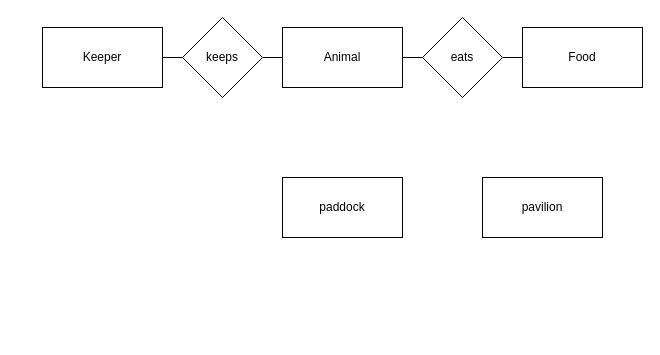
The draw.io diagram Zoo.drawio in LowLightCZ1/DAT-Draw.io, before the edit. Source tidied: cells renumbered, new cells numbered last; positions are measured from the earlier drawing's top-left corner, leaving out a move shared by most shapes. Both pictures are drawn from the tidied source at 100%, with x=0, y=0 at pixel (42, 17).
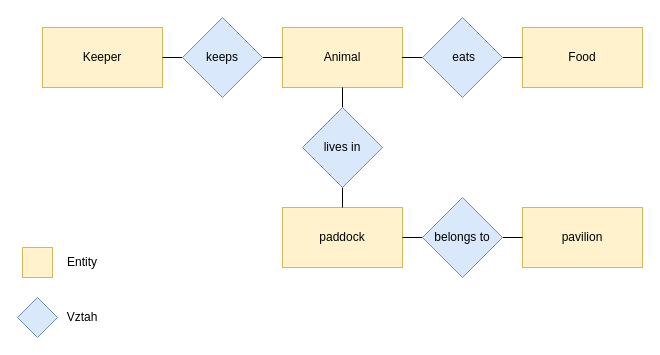
After the change.

What changed in the source:
```diff
@@
-    <mxCell id="2" value="Animal" style="rounded=0;whiteSpace=wrap;html=1;" parent="1" vertex="1">
+    <mxCell id="2" value="Animal" style="rounded=0;whiteSpace=wrap;html=1;rotation=0;fillColor=#fff2cc;strokeColor=#d6b656;" parent="1" vertex="1">
       <mxGeometry x="240" y="10" width="120" height="60" as="geometry" />
     </mxCell>
-    <mxCell id="3" value="Keeper" style="rounded=0;whiteSpace=wrap;html=1;" parent="1" vertex="1">
+    <mxCell id="3" value="Keeper" style="rounded=0;whiteSpace=wrap;html=1;fillColor=#fff2cc;strokeColor=#d6b656;" parent="1" vertex="1">
       <mxGeometry y="10" width="120" height="60" as="geometry" />
     </mxCell>
-    <mxCell id="4" value="paddock" style="rounded=0;whiteSpace=wrap;html=1;" parent="1" vertex="1">
-      <mxGeometry x="240" y="160" width="120" height="60" as="geometry" />
+    <mxCell id="4" value="paddock" style="rounded=0;whiteSpace=wrap;html=1;fillColor=#fff2cc;strokeColor=#d6b656;" parent="1" vertex="1">
+      <mxGeometry x="240" y="190" width="120" height="60" as="geometry" />
     </mxCell>
-    <mxCell id="5" value="pavilion" style="rounded=0;whiteSpace=wrap;html=1;" parent="1" vertex="1">
-      <mxGeometry x="440" y="160" width="120" height="60" as="geometry" />
+    <mxCell id="5" value="pavilion" style="rounded=0;whiteSpace=wrap;html=1;fillColor=#fff2cc;strokeColor=#d6b656;" parent="1" vertex="1">
+      <mxGeometry x="480" y="190" width="120" height="60" as="geometry" />
     </mxCell>
-    <mxCell id="6" value="Food" style="rounded=0;whiteSpace=wrap;html=1;" parent="1" vertex="1">
+    <mxCell id="6" value="Food" style="rounded=0;whiteSpace=wrap;html=1;fillColor=#fff2cc;strokeColor=#d6b656;" parent="1" vertex="1">
       <mxGeometry x="480" y="10" width="120" height="60" as="geometry" />
     </mxCell>
@@
-    <mxCell id="9" value="keeps" style="rhombus;whiteSpace=wrap;html=1;" parent="1" vertex="1">
+    <mxCell id="9" value="keeps" style="rhombus;whiteSpace=wrap;html=1;fillColor=#dae8fc;strokeColor=#6c8ebf;" parent="1" vertex="1">
       <mxGeometry x="140" width="80" height="80" as="geometry" />
     </mxCell>
@@
-    <mxCell id="12" value="eats" style="rhombus;whiteSpace=wrap;html=1;" parent="1" vertex="1">
+    <mxCell id="12" value="&amp;nbsp;eats" style="rhombus;whiteSpace=wrap;html=1;fillColor=#dae8fc;strokeColor=#6c8ebf;" parent="1" vertex="1">
       <mxGeometry x="380" width="80" height="80" as="geometry" />
     </mxCell>
+    <mxCell id="13" style="edgeStyle=orthogonalEdgeStyle;rounded=0;jettySize=auto;html=1;exitX=0.5;exitY=0;exitDx=0;exitDy=0;entryX=0.5;entryY=1;entryDx=0;entryDy=0;endArrow=none;endFill=0;" parent="1" edge="1" source="15" target="2">
+      <mxGeometry relative="1" as="geometry" />
+    </mxCell>
+    <mxCell id="14" style="edgeStyle=orthogonalEdgeStyle;rounded=0;jettySize=auto;html=1;exitX=0.5;exitY=1;exitDx=0;exitDy=0;entryX=0.5;entryY=0;entryDx=0;entryDy=0;endArrow=none;endFill=0;" parent="1" edge="1" source="15" target="4">
+      <mxGeometry relative="1" as="geometry" />
+    </mxCell>
+    <mxCell id="15" value="lives in" style="rhombus;whiteSpace=wrap;html=1;fillColor=#dae8fc;strokeColor=#6c8ebf;" parent="1" vertex="1">
+      <mxGeometry x="260" y="90" width="80" height="80" as="geometry" />
+    </mxCell>
+    <mxCell id="16" style="edgeStyle=orthogonalEdgeStyle;rounded=0;jettySize=auto;html=1;exitX=0;exitY=0.5;exitDx=0;exitDy=0;entryX=1;entryY=0.5;entryDx=0;entryDy=0;endArrow=none;endFill=0;" parent="1" edge="1" source="18" target="4">
+      <mxGeometry relative="1" as="geometry" />
+    </mxCell>
+    <mxCell id="17" style="edgeStyle=orthogonalEdgeStyle;rounded=0;jettySize=auto;html=1;exitX=1;exitY=0.5;exitDx=0;exitDy=0;entryX=0;entryY=0.5;entryDx=0;entryDy=0;endArrow=none;endFill=0;" parent="1" edge="1" source="18" target="5">
+      <mxGeometry relative="1" as="geometry" />
+    </mxCell>
+    <mxCell id="18" value="belongs to" style="rhombus;whiteSpace=wrap;html=1;fillColor=#dae8fc;strokeColor=#6c8ebf;" parent="1" vertex="1">
+      <mxGeometry x="380" y="180" width="80" height="80" as="geometry" />
+    </mxCell>
+    <mxCell id="19" style="whiteSpace=wrap;html=1;fillColor=#fff2cc;strokeColor=#d6b656;" parent="1" vertex="1">
+      <mxGeometry x="-20" y="230" width="30" height="30" as="geometry" />
+    </mxCell>
+    <mxCell id="20" value="Entity" style="text;html=1;align=center;verticalAlign=middle;whiteSpace=wrap;rounded=0;" parent="1" vertex="1">
+      <mxGeometry x="10" y="230" width="60" height="30" as="geometry" />
+    </mxCell>
+    <mxCell id="21" style="rhombus;whiteSpace=wrap;html=1;fillColor=#dae8fc;strokeColor=#6c8ebf;" parent="1" vertex="1">
+      <mxGeometry x="-25" y="280" width="40" height="40" as="geometry" />
+    </mxCell>
+    <mxCell id="22" value="Vztah" style="text;html=1;align=center;verticalAlign=middle;whiteSpace=wrap;rounded=0;" parent="1" vertex="1">
+      <mxGeometry x="10" y="285" width="60" height="30" as="geometry" />
+    </mxCell>
```
